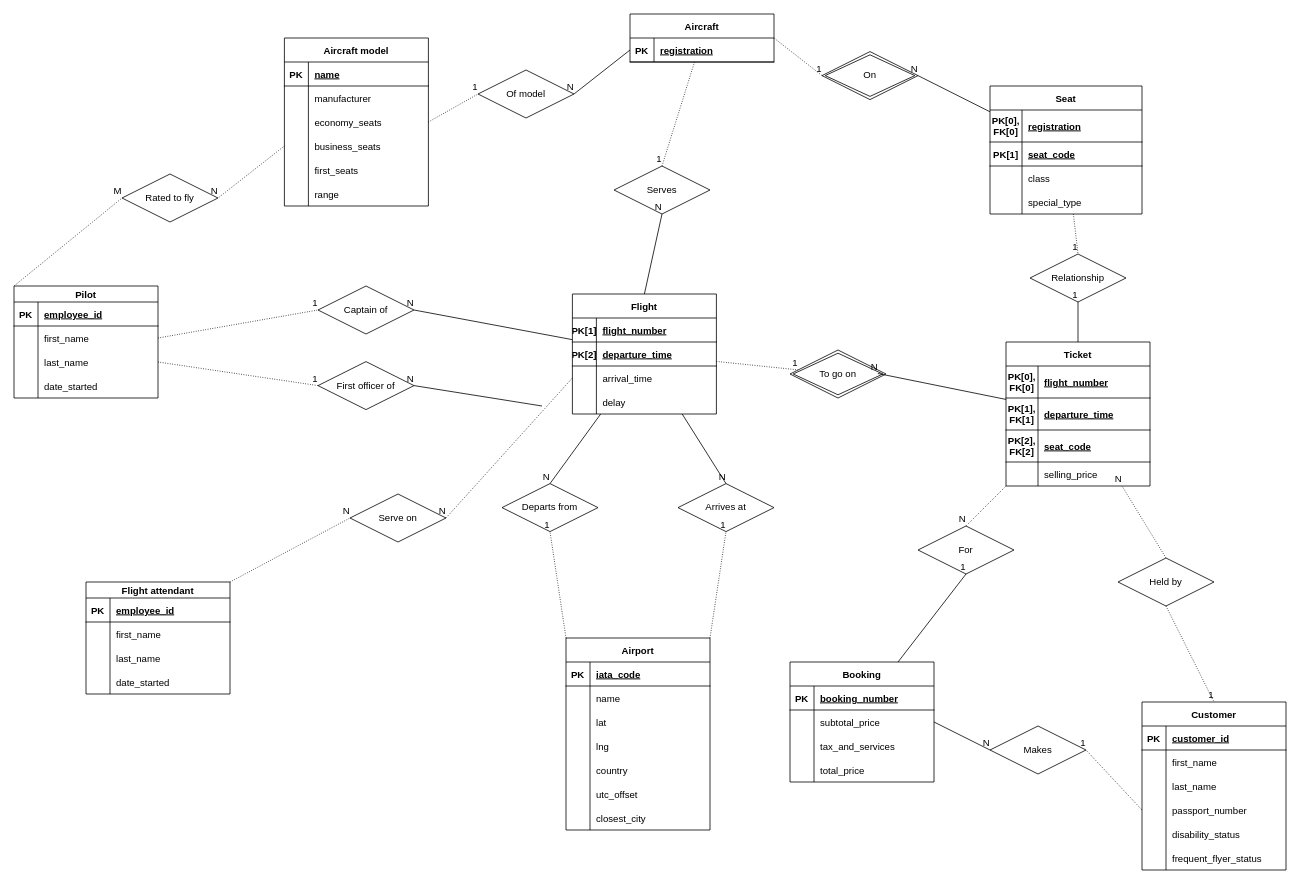
Before: Airline system ER diagram.drawio in lyulka/comp3278, a draw.io diagram. Source tidied: cells renumbered, new cells numbered last; positions are measured from the earlier drawing's top-left corner, leaving out a move shared by most shapes. Both pictures are drawn from the tidied source at 80%, with x=0, y=0 at pixel (14, 14).
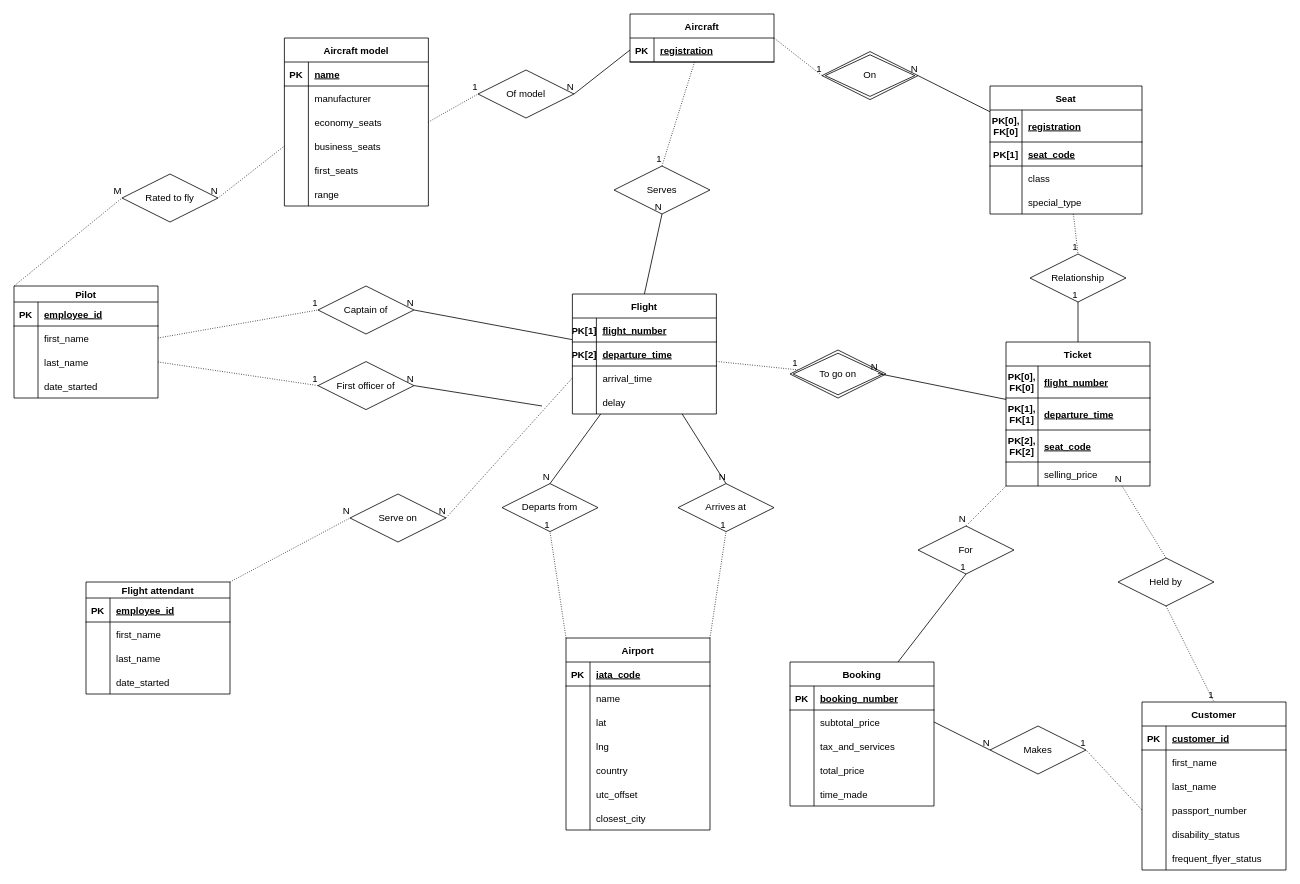
The same page after the edit.

Commit message:
Add time_made attribute to booking.

The edit, as a diff of the source:
```diff
@@
     <mxCell id="167" value="Booking" style="shape=table;startSize=30;childLayout=tableLayout;rowLines=0;fontStyle=1;align=center;" parent="1" vertex="1">
-      <mxGeometry x="970" y="810" width="180" height="150" as="geometry" />
+      <mxGeometry x="970" y="810" width="180" height="180" as="geometry" />
     </mxCell>
@@
+    <mxCell id="214" style="shape=partialRectangle;fillColor=none;top=0;left=0;bottom=0;right=0;" parent="167" vertex="1">
+      <mxGeometry y="150" width="180" height="30" as="geometry" />
+    </mxCell>
+    <mxCell id="215" style="shape=partialRectangle;fillColor=none;top=0;left=0;bottom=0;right=0;overflow=hidden;" parent="214" vertex="1">
+      <mxGeometry width="30" height="30" as="geometry" />
+    </mxCell>
+    <mxCell id="216" value="time_made" style="shape=partialRectangle;fillColor=none;top=0;left=0;bottom=0;right=0;align=left;spacingLeft=6;overflow=hidden;" parent="214" vertex="1">
+      <mxGeometry x="30" width="150" height="30" as="geometry" />
+    </mxCell>
```
